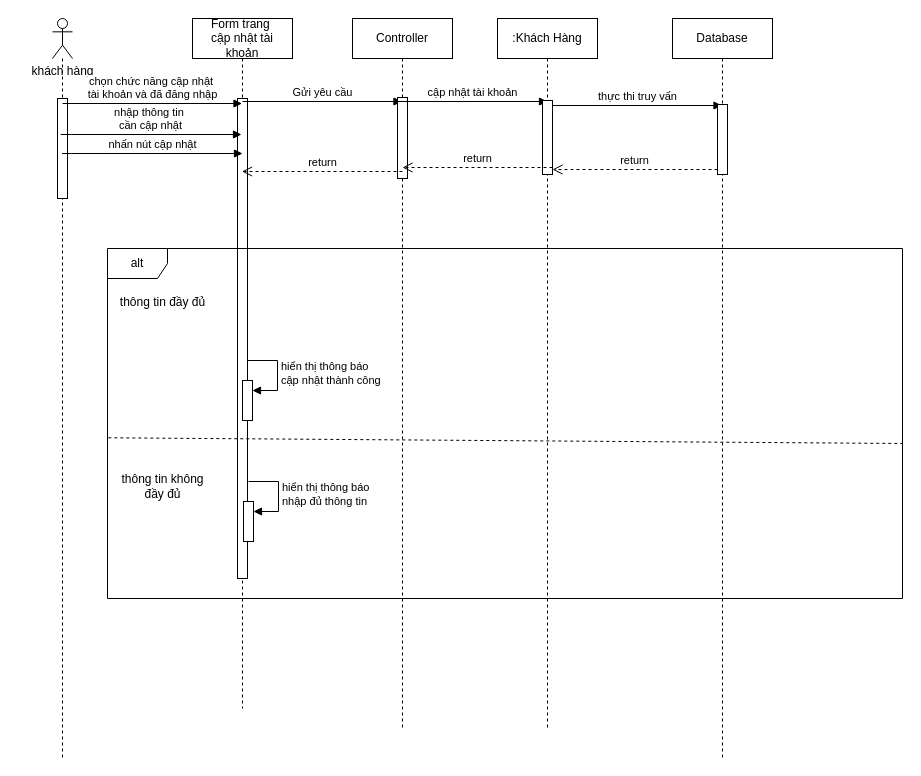
Above: User/Sequence/capnhaptk.drawio in dmn-05/PTTK-HTTT (draw.io), before the change. Source tidied: cells renumbered, new cells numbered last; positions are measured from the earlier drawing's top-left corner, leaving out a move shared by most shapes. Both pictures are drawn from the tidied source at 100%, with x=0, y=0 at pixel (17, 18).
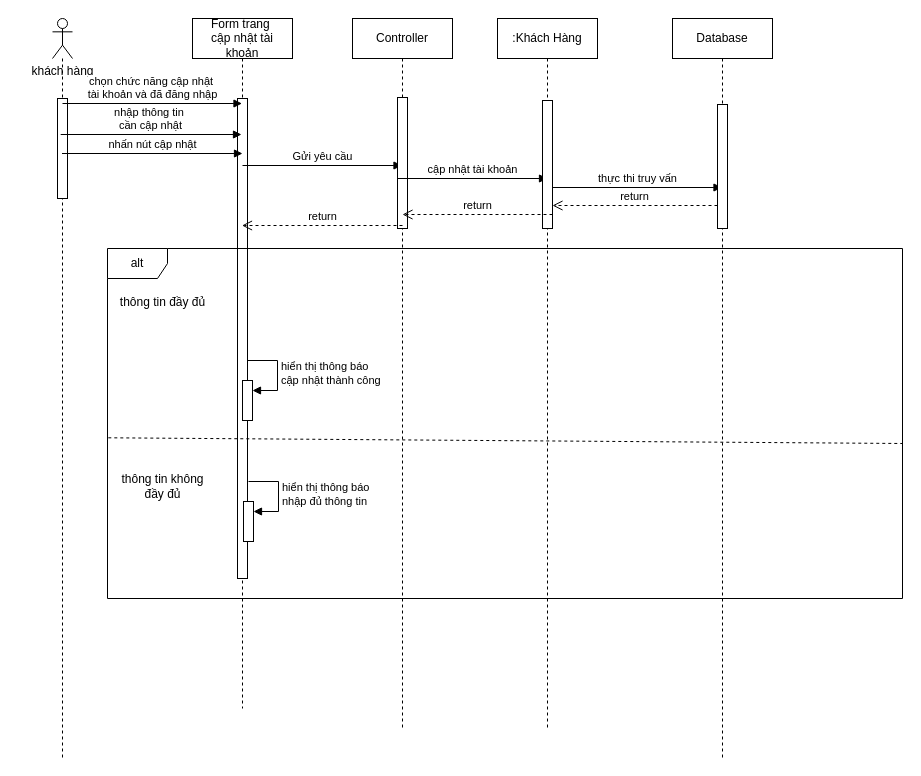
The same diagram, later.

What changed in the source:
```diff
@@
     <mxCell id="11" value="Gửi yêu cầu" style="html=1;verticalAlign=bottom;endArrow=block;curved=0;rounded=0;" parent="1" edge="1">
       <mxGeometry relative="1" as="geometry">
-        <mxPoint x="225" y="83" as="sourcePoint" />
-        <mxPoint x="384.5" y="83" as="targetPoint" />
+        <mxPoint x="225" y="147" as="sourcePoint" />
+        <mxPoint x="384.5" y="147" as="targetPoint" />
       </mxGeometry>
     </mxCell>
     <mxCell id="12" style="html=1;perimeter=orthogonalPerimeter;targetShapes=umlLifeline;newEdgeStyle={&quot;curved&quot;:0,&quot;rounded&quot;:0};" parent="1" vertex="1">
-      <mxGeometry x="380" y="79" width="10" height="81" as="geometry" />
+      <mxGeometry x="380" y="79" width="10" height="131" as="geometry" />
     </mxCell>
@@
     <mxCell id="23" value="cập nhật tài khoản" style="html=1;verticalAlign=bottom;endArrow=block;curved=0;rounded=0;entryX=0;entryY=0;entryDx=0;entryDy=0;entryPerimeter=0;" parent="1" edge="1">
       <mxGeometry relative="1" as="geometry">
-        <mxPoint x="380" y="83" as="sourcePoint" />
-        <mxPoint x="530" y="83" as="targetPoint" />
+        <mxPoint x="380" y="160" as="sourcePoint" />
+        <mxPoint x="530" y="160" as="targetPoint" />
       </mxGeometry>
     </mxCell>
     <mxCell id="24" value="thực thi truy vấn" style="html=1;verticalAlign=bottom;endArrow=block;curved=0;rounded=0;" parent="1" edge="1">
       <mxGeometry relative="1" as="geometry">
-        <mxPoint x="535" y="87" as="sourcePoint" />
-        <mxPoint x="704.5" y="87" as="targetPoint" />
+        <mxPoint x="535" y="169" as="sourcePoint" />
+        <mxPoint x="704.5" y="169" as="targetPoint" />
       </mxGeometry>
     </mxCell>
     <mxCell id="25" style="html=1;points=[[0,0,0,0,5],[0,1,0,0,-5],[1,0,0,0,5],[1,1,0,0,-5]];perimeter=orthogonalPerimeter;outlineConnect=0;targetShapes=umlLifeline;portConstraint=eastwest;newEdgeStyle={&quot;curved&quot;:0,&quot;rounded&quot;:0};" parent="1" vertex="1">
-      <mxGeometry x="525" y="82" width="10" height="74" as="geometry" />
+      <mxGeometry x="525" y="82" width="10" height="128" as="geometry" />
     </mxCell>
     <mxCell id="26" style="html=1;points=[[0,0,0,0,5],[0,1,0,0,-5],[1,0,0,0,5],[1,1,0,0,-5]];perimeter=orthogonalPerimeter;outlineConnect=0;targetShapes=umlLifeline;portConstraint=eastwest;newEdgeStyle={&quot;curved&quot;:0,&quot;rounded&quot;:0};" parent="1" vertex="1">
-      <mxGeometry x="700" y="86" width="10" height="70" as="geometry" />
+      <mxGeometry x="700" y="86" width="10" height="124" as="geometry" />
     </mxCell>
-    <mxCell id="27" value="return" style="html=1;verticalAlign=bottom;endArrow=open;dashed=1;endSize=8;curved=0;rounded=0;entryX=1;entryY=1;entryDx=0;entryDy=-5;entryPerimeter=0;" parent="1" edge="1" source="26" target="25">
-      <mxGeometry relative="1" as="geometry" />
+    <mxCell id="27" value="return" style="html=1;verticalAlign=bottom;endArrow=open;dashed=1;endSize=8;curved=0;rounded=0;entryX=1;entryY=1;entryDx=0;entryDy=-5;entryPerimeter=0;" parent="1" edge="1">
+      <mxGeometry relative="1" as="geometry">
+        <mxPoint x="700" y="187" as="sourcePoint" />
+        <mxPoint x="535" y="187" as="targetPoint" />
+      </mxGeometry>
     </mxCell>
     <mxCell id="28" value="return" style="html=1;verticalAlign=bottom;endArrow=open;dashed=1;endSize=8;curved=0;rounded=0;" parent="1" edge="1">
       <mxGeometry relative="1" as="geometry">
-        <mxPoint x="535" y="149" as="sourcePoint" />
-        <mxPoint x="385" y="149" as="targetPoint" />
+        <mxPoint x="535" y="196" as="sourcePoint" />
+        <mxPoint x="385" y="196" as="targetPoint" />
       </mxGeometry>
     </mxCell>
     <mxCell id="29" value="return" style="html=1;verticalAlign=bottom;endArrow=open;dashed=1;endSize=8;curved=0;rounded=0;" parent="1" edge="1">
       <mxGeometry relative="1" as="geometry">
-        <mxPoint x="385" y="153" as="sourcePoint" />
-        <mxPoint x="224.5" y="153" as="targetPoint" />
+        <mxPoint x="385" y="207" as="sourcePoint" />
+        <mxPoint x="224.5" y="207" as="targetPoint" />
       </mxGeometry>
     </mxCell>
```
